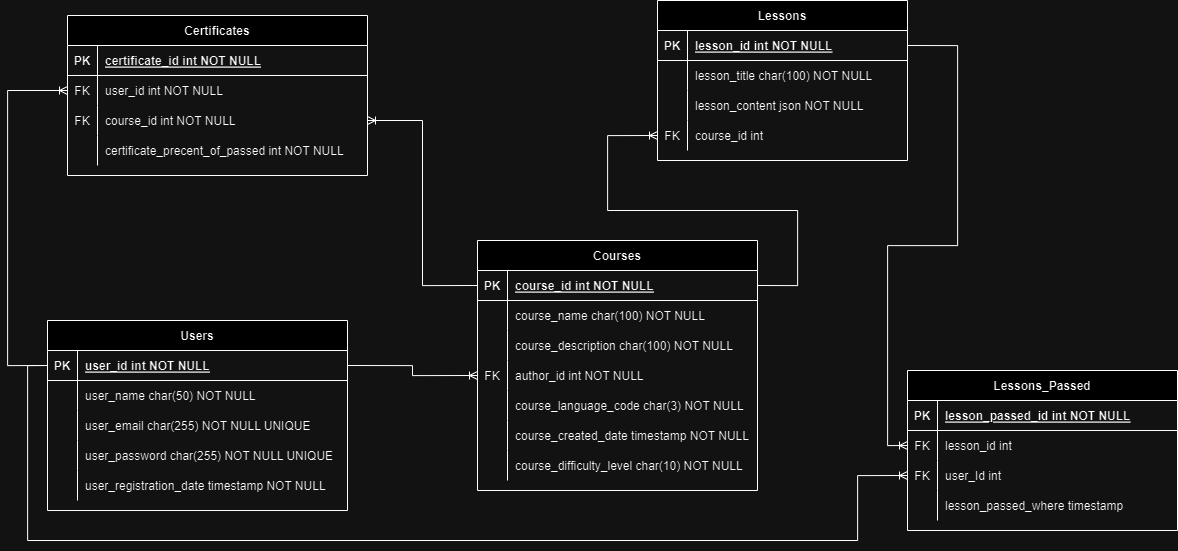
Earlier version of the draw.io export EngLeash.drawio.png (VladislavRkm/OOP-FL-learning-platform). Source tidied: cells renumbered, new cells last; positions are measured from the earlier drawing's top-left corner, leaving out a move shared by most shapes.
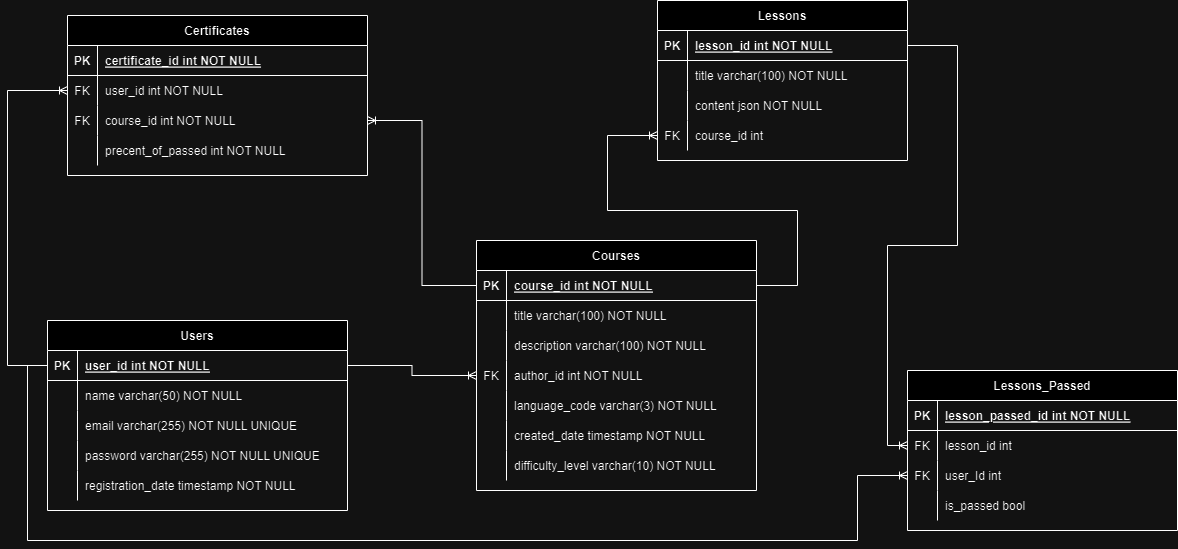
Above is the later version.

Commit message:
OOPS-16, поменял названия в erd

Diff of the diagram source:
```diff
@@ -3,7 +3,7 @@
     <mxCell id="0" />
     <mxCell id="1" parent="0" />
     <mxCell id="2" value="Courses" style="shape=table;startSize=30;rowLines=0;fontStyle=1;align=center;" parent="1" vertex="1">
-      <mxGeometry x="470" y="240" width="280" height="250" as="geometry" />
+      <mxGeometry x="469" y="240" width="280" height="250" as="geometry" />
     </mxCell>
     <mxCell id="3" style="shape=partialRectangle;fillColor=none;points=[[0,0.5],[1,0.5]];portConstraint=eastwest;top=0;left=0;right=0;bottom=1;" parent="2" vertex="1">
       <mxGeometry y="30" width="280" height="30" as="geometry" />
@@ -20,7 +20,7 @@
     <mxCell id="7" style="shape=partialRectangle;overflow=hidden;fillColor=none;top=0;left=0;bottom=0;right=0;" parent="6" vertex="1">
       <mxGeometry width="30" height="30" as="geometry" />
     </mxCell>
-    <mxCell id="8" value="course_name char(100) NOT NULL" style="shape=partialRectangle;overflow=hidden;fillColor=none;top=0;left=0;bottom=0;right=0;align=left;spacingLeft=6;" parent="6" vertex="1">
+    <mxCell id="8" value="title varchar(100) NOT NULL" style="shape=partialRectangle;overflow=hidden;fillColor=none;top=0;left=0;bottom=0;right=0;align=left;spacingLeft=6;" parent="6" vertex="1">
       <mxGeometry x="30" width="250" height="30" as="geometry" />
     </mxCell>
     <mxCell id="9" style="shape=partialRectangle;fillColor=none;top=0;left=0;right=0;bottom=0;" parent="2" vertex="1">
@@ -29,7 +29,7 @@
     <mxCell id="10" style="shape=partialRectangle;overflow=hidden;fillColor=none;top=0;left=0;bottom=0;right=0;" parent="9" vertex="1">
       <mxGeometry width="30" height="30" as="geometry" />
     </mxCell>
-    <mxCell id="11" value="course_description char(100) NOT NULL" style="shape=partialRectangle;overflow=hidden;fillColor=none;top=0;left=0;bottom=0;right=0;align=left;spacingLeft=6;" parent="9" vertex="1">
+    <mxCell id="11" value="description varchar(100) NOT NULL" style="shape=partialRectangle;overflow=hidden;fillColor=none;top=0;left=0;bottom=0;right=0;align=left;spacingLeft=6;" parent="9" vertex="1">
       <mxGeometry x="30" width="250" height="30" as="geometry" />
     </mxCell>
     <mxCell id="12" style="shape=partialRectangle;fillColor=none;points=[[0,0.5],[1,0.5]];portConstraint=eastwest;top=0;left=0;right=0;bottom=0;" parent="2" vertex="1">
@@ -47,7 +47,7 @@
     <mxCell id="16" style="shape=partialRectangle;overflow=hidden;fillColor=none;top=0;left=0;bottom=0;right=0;" parent="15" vertex="1">
       <mxGeometry width="30" height="30" as="geometry" />
     </mxCell>
-    <mxCell id="17" value="course_language_code char(3) NOT NULL" style="shape=partialRectangle;overflow=hidden;fillColor=none;top=0;left=0;bottom=0;right=0;align=left;spacingLeft=6;" parent="15" vertex="1">
+    <mxCell id="17" value="language_code varchar(3) NOT NULL" style="shape=partialRectangle;overflow=hidden;fillColor=none;top=0;left=0;bottom=0;right=0;align=left;spacingLeft=6;" parent="15" vertex="1">
       <mxGeometry x="30" width="250" height="30" as="geometry" />
     </mxCell>
     <mxCell id="18" style="shape=partialRectangle;fillColor=none;top=0;left=0;right=0;bottom=0;" parent="2" vertex="1">
@@ -56,7 +56,7 @@
     <mxCell id="19" style="shape=partialRectangle;overflow=hidden;fillColor=none;top=0;left=0;bottom=0;right=0;" parent="18" vertex="1">
       <mxGeometry width="30" height="30" as="geometry" />
     </mxCell>
-    <mxCell id="20" value="course_created_date timestamp NOT NULL" style="shape=partialRectangle;overflow=hidden;fillColor=none;top=0;left=0;bottom=0;right=0;align=left;spacingLeft=6;" parent="18" vertex="1">
+    <mxCell id="20" value="created_date timestamp NOT NULL" style="shape=partialRectangle;overflow=hidden;fillColor=none;top=0;left=0;bottom=0;right=0;align=left;spacingLeft=6;" parent="18" vertex="1">
       <mxGeometry x="30" width="250" height="30" as="geometry" />
     </mxCell>
     <mxCell id="21" style="shape=partialRectangle;fillColor=none;top=0;left=0;right=0;bottom=0;" parent="2" vertex="1">
@@ -65,7 +65,7 @@
     <mxCell id="22" style="shape=partialRectangle;overflow=hidden;fillColor=none;top=0;left=0;bottom=0;right=0;" parent="21" vertex="1">
       <mxGeometry width="30" height="30" as="geometry" />
     </mxCell>
-    <mxCell id="23" value="course_difficulty_level char(10) NOT NULL" style="shape=partialRectangle;overflow=hidden;fillColor=none;top=0;left=0;bottom=0;right=0;align=left;spacingLeft=6;" parent="21" vertex="1">
+    <mxCell id="23" value="difficulty_level varchar(10) NOT NULL" style="shape=partialRectangle;overflow=hidden;fillColor=none;top=0;left=0;bottom=0;right=0;align=left;spacingLeft=6;" parent="21" vertex="1">
       <mxGeometry x="30" width="250" height="30" as="geometry" />
     </mxCell>
     <mxCell id="24" value="Lessons" style="shape=table;startSize=30;rowLines=0;fontStyle=1;align=center;" parent="1" vertex="1">
@@ -86,7 +86,7 @@
     <mxCell id="29" style="shape=partialRectangle;overflow=hidden;fillColor=none;top=0;left=0;bottom=0;right=0;" parent="28" vertex="1">
       <mxGeometry width="30" height="30" as="geometry" />
     </mxCell>
-    <mxCell id="30" value="lesson_title char(100) NOT NULL" style="shape=partialRectangle;overflow=hidden;fillColor=none;top=0;left=0;bottom=0;right=0;align=left;spacingLeft=6;" parent="28" vertex="1">
+    <mxCell id="30" value="title varchar(100) NOT NULL" style="shape=partialRectangle;overflow=hidden;fillColor=none;top=0;left=0;bottom=0;right=0;align=left;spacingLeft=6;" parent="28" vertex="1">
       <mxGeometry x="30" width="220" height="30" as="geometry" />
     </mxCell>
     <mxCell id="31" style="shape=partialRectangle;fillColor=none;top=0;left=0;right=0;bottom=0;" parent="24" vertex="1">
@@ -95,7 +95,7 @@
     <mxCell id="32" style="shape=partialRectangle;overflow=hidden;fillColor=none;top=0;left=0;bottom=0;right=0;" parent="31" vertex="1">
       <mxGeometry width="30" height="30" as="geometry" />
     </mxCell>
-    <mxCell id="33" value="lesson_content json NOT NULL" style="shape=partialRectangle;overflow=hidden;fillColor=none;top=0;left=0;bottom=0;right=0;align=left;spacingLeft=6;" parent="31" vertex="1">
+    <mxCell id="33" value="content json NOT NULL" style="shape=partialRectangle;overflow=hidden;fillColor=none;top=0;left=0;bottom=0;right=0;align=left;spacingLeft=6;" parent="31" vertex="1">
       <mxGeometry x="30" width="220" height="30" as="geometry" />
     </mxCell>
     <mxCell id="34" style="shape=partialRectangle;fillColor=none;points=[[0,0.5],[1,0.5]];portConstraint=eastwest;top=0;left=0;right=0;bottom=0;" parent="24" vertex="1">
@@ -125,7 +125,7 @@
     <mxCell id="42" style="shape=partialRectangle;overflow=hidden;fillColor=none;top=0;left=0;bottom=0;right=0;" parent="41" vertex="1">
       <mxGeometry width="30" height="30" as="geometry" />
     </mxCell>
-    <mxCell id="43" value="user_name char(50) NOT NULL" style="shape=partialRectangle;overflow=hidden;fillColor=none;top=0;left=0;bottom=0;right=0;align=left;spacingLeft=6;" parent="41" vertex="1">
+    <mxCell id="43" value="name varchar(50) NOT NULL" style="shape=partialRectangle;overflow=hidden;fillColor=none;top=0;left=0;bottom=0;right=0;align=left;spacingLeft=6;" parent="41" vertex="1">
       <mxGeometry x="30" width="270" height="30" as="geometry" />
     </mxCell>
     <mxCell id="44" style="shape=partialRectangle;fillColor=none;top=0;left=0;right=0;bottom=0;" parent="37" vertex="1">
@@ -134,7 +134,7 @@
     <mxCell id="45" style="shape=partialRectangle;overflow=hidden;fillColor=none;top=0;left=0;bottom=0;right=0;" parent="44" vertex="1">
       <mxGeometry width="30" height="30" as="geometry" />
     </mxCell>
-    <mxCell id="46" value="user_email char(255) NOT NULL UNIQUE" style="shape=partialRectangle;overflow=hidden;fillColor=none;top=0;left=0;bottom=0;right=0;align=left;spacingLeft=6;" parent="44" vertex="1">
+    <mxCell id="46" value="email varchar(255) NOT NULL UNIQUE" style="shape=partialRectangle;overflow=hidden;fillColor=none;top=0;left=0;bottom=0;right=0;align=left;spacingLeft=6;" parent="44" vertex="1">
       <mxGeometry x="30" width="270" height="30" as="geometry" />
     </mxCell>
     <mxCell id="47" style="shape=partialRectangle;fillColor=none;top=0;left=0;right=0;bottom=0;" parent="37" vertex="1">
@@ -143,7 +143,7 @@
     <mxCell id="48" style="shape=partialRectangle;overflow=hidden;fillColor=none;top=0;left=0;bottom=0;right=0;" parent="47" vertex="1">
       <mxGeometry width="30" height="30" as="geometry" />
     </mxCell>
-    <mxCell id="49" value="user_password char(255) NOT NULL UNIQUE" style="shape=partialRectangle;overflow=hidden;fillColor=none;top=0;left=0;bottom=0;right=0;align=left;spacingLeft=6;" parent="47" vertex="1">
+    <mxCell id="49" value="password varchar(255) NOT NULL UNIQUE" style="shape=partialRectangle;overflow=hidden;fillColor=none;top=0;left=0;bottom=0;right=0;align=left;spacingLeft=6;" parent="47" vertex="1">
       <mxGeometry x="30" width="270" height="30" as="geometry" />
     </mxCell>
     <mxCell id="50" style="shape=partialRectangle;fillColor=none;top=0;left=0;right=0;bottom=0;" parent="37" vertex="1">
@@ -152,7 +152,7 @@
     <mxCell id="51" style="shape=partialRectangle;overflow=hidden;fillColor=none;top=0;left=0;bottom=0;right=0;" parent="50" vertex="1">
       <mxGeometry width="30" height="30" as="geometry" />
     </mxCell>
-    <mxCell id="52" value="user_registration_date timestamp NOT NULL" style="shape=partialRectangle;overflow=hidden;fillColor=none;top=0;left=0;bottom=0;right=0;align=left;spacingLeft=6;" parent="50" vertex="1">
+    <mxCell id="52" value="registration_date timestamp NOT NULL" style="shape=partialRectangle;overflow=hidden;fillColor=none;top=0;left=0;bottom=0;right=0;align=left;spacingLeft=6;" parent="50" vertex="1">
       <mxGeometry x="30" width="270" height="30" as="geometry" />
     </mxCell>
     <mxCell id="53" style="edgeStyle=orthogonalEdgeStyle;fontSize=12;html=1;endArrow=ERoneToMany;rounded=0;exitX=1;exitY=0.5;exitDx=0;exitDy=0;entryX=0;entryY=0.5;entryDx=0;entryDy=0;" parent="1" edge="1" source="38" target="12">
@@ -204,7 +204,7 @@
     <mxCell id="66" style="shape=partialRectangle;overflow=hidden;fillColor=none;top=0;left=0;bottom=0;right=0;" parent="65" vertex="1">
       <mxGeometry width="30" height="30" as="geometry" />
     </mxCell>
-    <mxCell id="67" value="certificate_precent_of_passed int NOT NULL" style="shape=partialRectangle;overflow=hidden;fillColor=none;top=0;left=0;bottom=0;right=0;align=left;spacingLeft=6;" parent="65" vertex="1">
+    <mxCell id="67" value="precent_of_passed int NOT NULL" style="shape=partialRectangle;overflow=hidden;fillColor=none;top=0;left=0;bottom=0;right=0;align=left;spacingLeft=6;" parent="65" vertex="1">
       <mxGeometry x="30" width="270" height="30" as="geometry" />
     </mxCell>
     <mxCell id="68" style="edgeStyle=orthogonalEdgeStyle;rounded=0;jettySize=auto;html=1;exitX=0;exitY=0.5;exitDx=0;exitDy=0;entryX=1;entryY=0.5;entryDx=0;entryDy=0;fontSize=12;endArrow=ERoneToMany;" parent="1" edge="1" source="3" target="62">
@@ -254,7 +254,7 @@
     <mxCell id="81" style="shape=partialRectangle;overflow=hidden;fillColor=none;top=0;left=0;bottom=0;right=0;" parent="80" vertex="1">
       <mxGeometry width="30" height="30" as="geometry" />
     </mxCell>
-    <mxCell id="82" value="lesson_passed_where timestamp " style="shape=partialRectangle;overflow=hidden;fillColor=none;top=0;left=0;bottom=0;right=0;align=left;spacingLeft=6;" parent="80" vertex="1">
+    <mxCell id="82" value="is_passed bool " style="shape=partialRectangle;overflow=hidden;fillColor=none;top=0;left=0;bottom=0;right=0;align=left;spacingLeft=6;" parent="80" vertex="1">
       <mxGeometry x="30" width="240" height="30" as="geometry" />
     </mxCell>
     <mxCell id="83" style="edgeStyle=orthogonalEdgeStyle;rounded=0;jettySize=auto;html=1;exitX=1;exitY=0.5;exitDx=0;exitDy=0;entryX=0;entryY=0.5;entryDx=0;entryDy=0;fontSize=12;endArrow=ERoneToMany;" parent="1" edge="1" source="25" target="74">
```
